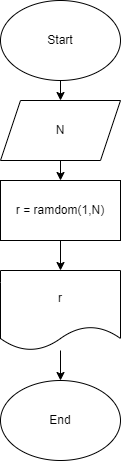
This is ex000.drawio.png from AlexK500/Practice_temp, a draw.io export, as it was before one commit. Source tidied: cells renumbered, new cells last; positions are measured from the earlier drawing's top-left corner, leaving out a move shared by most shapes. Its diagram source:
```xml
<mxGraphModel>
  <root>
    <mxCell id="0" />
    <mxCell id="1" parent="0" />
    <mxCell id="2" style="edgeStyle=none;html=1;exitX=0.5;exitY=1;exitDx=0;exitDy=0;entryX=0.5;entryY=0;entryDx=0;entryDy=0;" parent="1" edge="1" source="3" target="7">
      <mxGeometry relative="1" as="geometry" />
    </mxCell>
    <mxCell id="3" value="Start" style="ellipse;whiteSpace=wrap;html=1;" parent="1" vertex="1">
      <mxGeometry width="120" height="80" as="geometry" />
    </mxCell>
    <mxCell id="4" style="edgeStyle=none;html=1;exitX=0.5;exitY=1;exitDx=0;exitDy=0;entryX=0.5;entryY=0;entryDx=0;entryDy=0;" parent="1" edge="1" source="5" target="9">
      <mxGeometry relative="1" as="geometry" />
    </mxCell>
    <mxCell id="5" value="r = ramdom(1,N)" style="whiteSpace=wrap;html=1;" parent="1" vertex="1">
      <mxGeometry y="180" width="120" height="60" as="geometry" />
    </mxCell>
    <mxCell id="6" style="edgeStyle=none;html=1;exitX=0.5;exitY=1;exitDx=0;exitDy=0;entryX=0.5;entryY=0;entryDx=0;entryDy=0;" parent="1" edge="1" source="7" target="5">
      <mxGeometry relative="1" as="geometry" />
    </mxCell>
    <mxCell id="7" value="N" style="shape=parallelogram;perimeter=parallelogramPerimeter;whiteSpace=wrap;html=1;fixedSize=1;" parent="1" vertex="1">
      <mxGeometry y="100" width="120" height="60" as="geometry" />
    </mxCell>
    <mxCell id="8" style="edgeStyle=none;html=1;entryX=0.5;entryY=0;entryDx=0;entryDy=0;" parent="1" edge="1" source="9" target="10">
      <mxGeometry relative="1" as="geometry" />
    </mxCell>
    <mxCell id="9" value="r" style="shape=document;whiteSpace=wrap;html=1;boundedLbl=1;" parent="1" vertex="1">
      <mxGeometry y="270" width="120" height="80" as="geometry" />
    </mxCell>
    <mxCell id="10" value="End" style="ellipse;whiteSpace=wrap;html=1;" parent="1" vertex="1">
      <mxGeometry y="380" width="120" height="80" as="geometry" />
    </mxCell>
  </root>
</mxGraphModel>
```
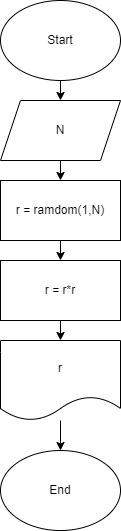
The same file after the commit.

Commit message:
Следующая задача: R  возвести в квадрат и вывести

The edit, as a diff of the source:
```diff
@@ -8,9 +8,9 @@
     <mxCell id="3" value="Start" style="ellipse;whiteSpace=wrap;html=1;" parent="1" vertex="1">
       <mxGeometry width="120" height="80" as="geometry" />
     </mxCell>
-    <mxCell id="4" style="edgeStyle=none;html=1;exitX=0.5;exitY=1;exitDx=0;exitDy=0;entryX=0.5;entryY=0;entryDx=0;entryDy=0;" parent="1" edge="1" source="5" target="9">
-      <mxGeometry relative="1" as="geometry" />
-    </mxCell>
+    <mxCell id="11" style="edgeStyle=none;html=1;entryX=0.5;entryY=0;entryDx=0;entryDy=0;" parent="1" edge="1" source="5" target="13">
+      <mxGeometry relative="1" as="geometry" />
+    </mxCell>
     <mxCell id="5" value="r = ramdom(1,N)" style="whiteSpace=wrap;html=1;" parent="1" vertex="1">
       <mxGeometry y="180" width="120" height="60" as="geometry" />
     </mxCell>
@@ -24,10 +24,16 @@
       <mxGeometry relative="1" as="geometry" />
     </mxCell>
     <mxCell id="9" value="r" style="shape=document;whiteSpace=wrap;html=1;boundedLbl=1;" parent="1" vertex="1">
-      <mxGeometry y="270" width="120" height="80" as="geometry" />
+      <mxGeometry y="340" width="120" height="80" as="geometry" />
     </mxCell>
     <mxCell id="10" value="End" style="ellipse;whiteSpace=wrap;html=1;" parent="1" vertex="1">
-      <mxGeometry y="380" width="120" height="80" as="geometry" />
+      <mxGeometry y="450" width="120" height="80" as="geometry" />
     </mxCell>
+    <mxCell id="12" style="edgeStyle=none;html=1;entryX=0.5;entryY=0;entryDx=0;entryDy=0;" parent="1" edge="1" source="13" target="9">
+      <mxGeometry relative="1" as="geometry" />
+    </mxCell>
+    <mxCell id="13" value="r = r*r" style="whiteSpace=wrap;html=1;" parent="1" vertex="1">
+      <mxGeometry y="260" width="120" height="60" as="geometry" />
+    </mxCell>
   </root>
 </mxGraphModel>
```
